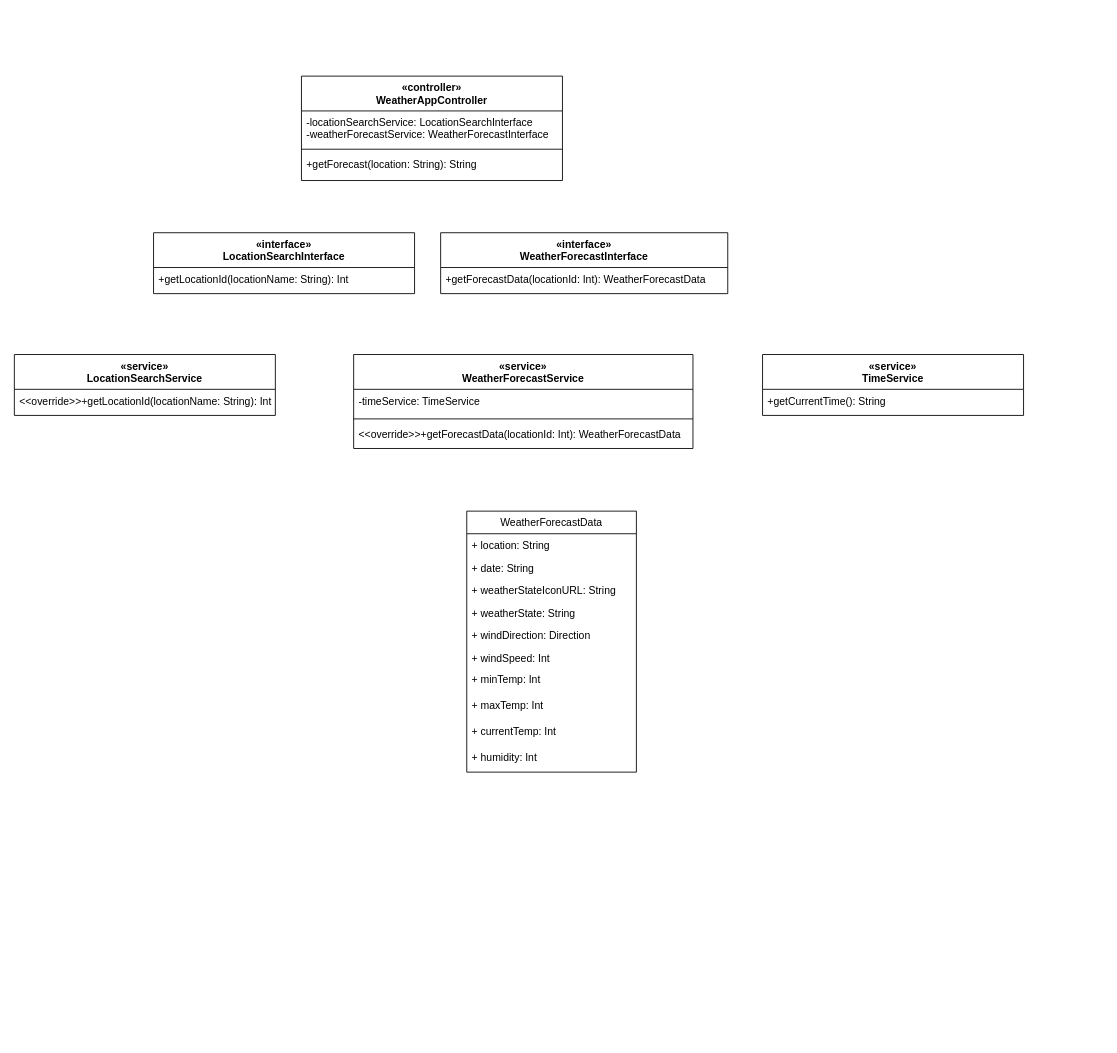
This is Untitled Diagram.drawio from alexandervonwl/SD, a draw.io file, before an edit. Source tidied: cells renumbered, new cells numbered last; positions are measured from the earlier drawing's top-left corner, leaving out a move shared by most shapes. Both pictures are drawn from the tidied source at 87%, with x=0, y=0 at pixel (14, 76).
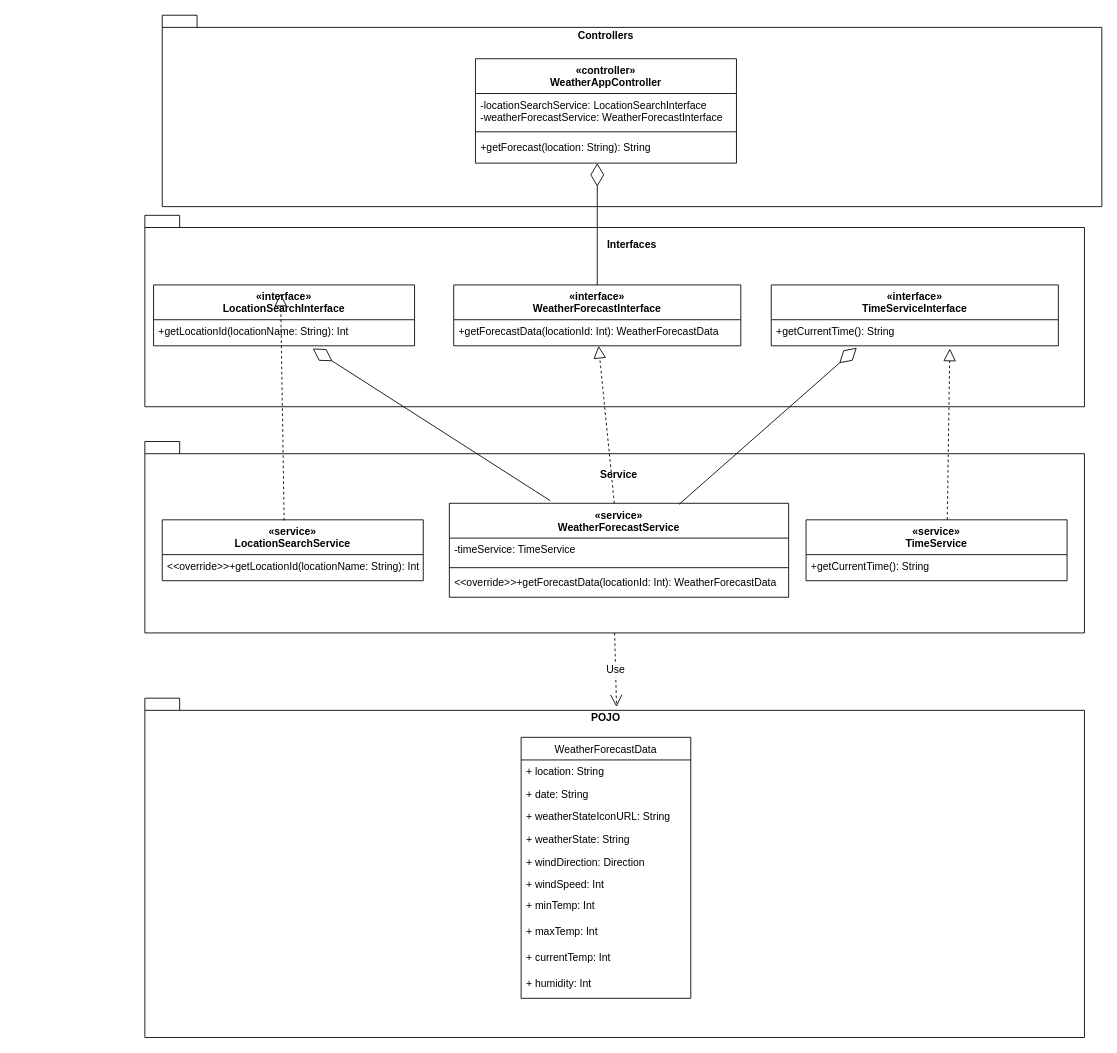
The same page after the edit.

Unchanged cells that the change refers to:
```xml
<mxCell id="7" value="+getLocationId(locationName: String): Int" style="text;strokeColor=none;fillColor=none;align=left;verticalAlign=top;spacingLeft=4;spacingRight=4;overflow=hidden;points=[[0,0.5],[1,0.5]];portConstraint=eastwest;" parent="6" vertex="1">
  <mxGeometry y="40" width="300" height="30" as="geometry" />
</mxCell>
<mxCell id="9" value="+getForecastData(locationId: Int): WeatherForecastData" style="text;strokeColor=none;fillColor=none;align=left;verticalAlign=top;spacingLeft=4;spacingRight=4;overflow=hidden;points=[[0,0.5],[1,0.5]];portConstraint=eastwest;" parent="8" vertex="1">
  <mxGeometry y="40" width="330" height="30" as="geometry" />
</mxCell>
```

Change to the diagram source:
```diff
@@
+    <mxCell id="29" style="shape=folder;fontStyle=1;spacingTop=30;tabWidth=40;tabHeight=14;tabPosition=left;html=1;noLabel=0;labelPosition=center;verticalLabelPosition=top;align=center;verticalAlign=bottom;fontSize=12;" parent="1" vertex="1">
+      <mxGeometry x="150" y="715" width="1080" height="390" as="geometry" />
+    </mxCell>
+    <mxCell id="30" style="shape=folder;fontStyle=1;spacingTop=30;tabWidth=40;tabHeight=14;tabPosition=left;html=1;noLabel=0;labelPosition=center;verticalLabelPosition=top;align=center;verticalAlign=bottom;fontSize=12;" parent="1" vertex="1">
+      <mxGeometry x="170" y="-70" width="1080" height="220" as="geometry" />
+    </mxCell>
+    <mxCell id="31" style="shape=folder;fontStyle=1;spacingTop=30;tabWidth=40;tabHeight=14;tabPosition=left;html=1;noLabel=0;labelPosition=center;verticalLabelPosition=top;align=center;verticalAlign=bottom;fontSize=12;" parent="1" vertex="1">
+      <mxGeometry x="150" y="420" width="1080" height="220" as="geometry" />
+    </mxCell>
+    <mxCell id="32" style="shape=folder;fontStyle=1;spacingTop=30;tabWidth=40;tabHeight=14;tabPosition=left;html=1;noLabel=0;labelPosition=center;verticalLabelPosition=top;align=center;verticalAlign=bottom;fontSize=12;" parent="1" vertex="1">
+      <mxGeometry x="150" y="160" width="1080" height="220" as="geometry" />
+    </mxCell>
     <mxCell id="2" value="«controller»&#10;WeatherAppController&#10;&#10;" style="swimlane;fontStyle=1;align=center;verticalAlign=top;horizontal=1;startSize=40;" parent="1" vertex="1">
-      <mxGeometry x="330" width="300" height="120" as="geometry" />
+      <mxGeometry x="530" y="-20" width="300" height="120" as="geometry" />
     </mxCell>
@@
     <mxCell id="6" value="«interface»&#10;LocationSearchInterface&#10;" style="swimlane;fontStyle=1;align=center;verticalAlign=top;horizontal=1;startSize=40;" parent="1" vertex="1">
-      <mxGeometry x="160" y="180" width="300" height="70" as="geometry" />
+      <mxGeometry x="160" y="240" width="300" height="70" as="geometry" />
     </mxCell>
@@
     <mxCell id="8" value="«interface»&#10;WeatherForecastInterface" style="swimlane;fontStyle=1;align=center;verticalAlign=top;horizontal=1;startSize=40;" parent="1" vertex="1">
-      <mxGeometry x="490" y="180" width="330" height="70" as="geometry" />
+      <mxGeometry x="505" y="240" width="330" height="70" as="geometry" />
     </mxCell>
@@
     <mxCell id="10" value="«service»&#10;LocationSearchService" style="swimlane;fontStyle=1;align=center;verticalAlign=top;horizontal=1;startSize=40;" parent="1" vertex="1">
-      <mxGeometry y="320" width="300" height="70" as="geometry" />
+      <mxGeometry x="170" y="510" width="300" height="70" as="geometry" />
     </mxCell>
@@
     <mxCell id="12" value="«service»&#10;TimeService" style="swimlane;fontStyle=1;align=center;verticalAlign=top;horizontal=1;startSize=40;" parent="1" vertex="1">
-      <mxGeometry x="860" y="320" width="300" height="70" as="geometry" />
+      <mxGeometry x="910" y="510" width="300" height="70" as="geometry" />
     </mxCell>
@@
     <mxCell id="14" value="«service»&#10;WeatherForecastService&#10;&#10;" style="swimlane;fontStyle=1;align=center;verticalAlign=top;horizontal=1;startSize=40;" parent="1" vertex="1">
-      <mxGeometry x="390" y="320" width="390" height="108" as="geometry" />
+      <mxGeometry x="500" y="491" width="390" height="108" as="geometry" />
     </mxCell>
@@
     <mxCell id="18" value="WeatherForecastData" style="swimlane;fontStyle=0;horizontal=1;startSize=26;fillColor=none;" parent="1" vertex="1">
-      <mxGeometry x="520" y="500" width="195" height="300" as="geometry" />
+      <mxGeometry x="582.5" y="760" width="195" height="300" as="geometry" />
     </mxCell>
@@
+    <mxCell id="33" value="«interface»&#10;TimeServiceInterface" style="swimlane;fontStyle=1;align=center;verticalAlign=top;horizontal=1;startSize=40;" parent="1" vertex="1">
+      <mxGeometry x="870" y="240" width="330" height="70" as="geometry" />
+    </mxCell>
+    <mxCell id="34" value="+getCurrentTime(): String" style="text;strokeColor=none;fillColor=none;align=left;verticalAlign=top;spacingLeft=4;spacingRight=4;overflow=hidden;points=[[0,0.5],[1,0.5]];portConstraint=eastwest;" parent="33" vertex="1">
+      <mxGeometry y="40" width="330" height="30" as="geometry" />
+    </mxCell>
+    <mxCell id="35" style="endArrow=diamondThin;endFill=0;endSize=24;html=1;" parent="1" edge="1" source="8">
+      <mxGeometry relative="1" as="geometry">
+        <mxPoint x="670" y="100" as="targetPoint" />
+      </mxGeometry>
+    </mxCell>
+    <mxCell id="36" style="endArrow=diamondThin;endFill=0;endSize=24;html=1;entryX=0.61;entryY=1.105;entryDx=0;entryDy=0;entryPerimeter=0;" parent="1" edge="1" target="7">
+      <mxGeometry relative="1" as="geometry">
+        <mxPoint x="616" y="488" as="sourcePoint" />
+      </mxGeometry>
+    </mxCell>
+    <mxCell id="37" style="endArrow=diamondThin;endFill=0;endSize=24;html=1;entryX=0.298;entryY=1.073;entryDx=0;entryDy=0;entryPerimeter=0;exitX=0.677;exitY=0.011;exitDx=0;exitDy=0;exitPerimeter=0;" parent="1" edge="1" source="14" target="34">
+      <mxGeometry relative="1" as="geometry" />
+    </mxCell>
+    <mxCell id="38" style="endArrow=block;dashed=1;endFill=0;endSize=12;html=1;" parent="1" edge="1" source="14" target="9">
+      <mxGeometry relative="1" as="geometry" />
+    </mxCell>
+    <mxCell id="39" style="endArrow=block;dashed=1;endFill=0;endSize=12;html=1;exitX=0.541;exitY=-0.003;exitDx=0;exitDy=0;exitPerimeter=0;entryX=0.622;entryY=1.105;entryDx=0;entryDy=0;entryPerimeter=0;" parent="1" edge="1" source="12" target="34">
+      <mxGeometry relative="1" as="geometry" />
+    </mxCell>
+    <mxCell id="40" style="endArrow=block;dashed=1;endFill=0;endSize=12;html=1;exitX=0.467;exitY=0.011;exitDx=0;exitDy=0;exitPerimeter=0;" parent="1" edge="1" source="10">
+      <mxGeometry relative="1" as="geometry">
+        <mxPoint x="306" y="250" as="targetPoint" />
+      </mxGeometry>
+    </mxCell>
+    <mxCell id="41" value="Use" style="endArrow=open;endSize=12;dashed=1;html=1;fontSize=12;exitX=0.5;exitY=1;exitDx=0;exitDy=0;exitPerimeter=0;entryX=0.502;entryY=0.026;entryDx=0;entryDy=0;entryPerimeter=0;" parent="1" edge="1" source="31" target="29">
+      <mxGeometry relative="1" as="geometry" />
+    </mxCell>
+    <mxCell id="42" value="Interfaces" style="text;align=center;fontStyle=1;verticalAlign=middle;spacingLeft=3;spacingRight=3;strokeColor=none;fontSize=12;" parent="1" vertex="1">
+      <mxGeometry x="670" y="180" width="80" height="26" as="geometry" />
+    </mxCell>
+    <mxCell id="43" value="Controllers" style="text;align=center;fontStyle=1;verticalAlign=middle;spacingLeft=3;spacingRight=3;strokeColor=none;fontSize=12;" parent="1" vertex="1">
+      <mxGeometry x="640" y="-60" width="80" height="26" as="geometry" />
+    </mxCell>
+    <mxCell id="44" value="Service" style="text;align=center;fontStyle=1;verticalAlign=middle;spacingLeft=3;spacingRight=3;strokeColor=none;fontSize=12;" parent="1" vertex="1">
+      <mxGeometry x="655" y="444" width="80" height="26" as="geometry" />
+    </mxCell>
+    <mxCell id="45" value="POJO" style="text;align=center;fontStyle=1;verticalAlign=middle;spacingLeft=3;spacingRight=3;strokeColor=none;fontSize=12;" parent="1" vertex="1">
+      <mxGeometry x="640" y="724" width="80" height="26" as="geometry" />
+    </mxCell>
```
